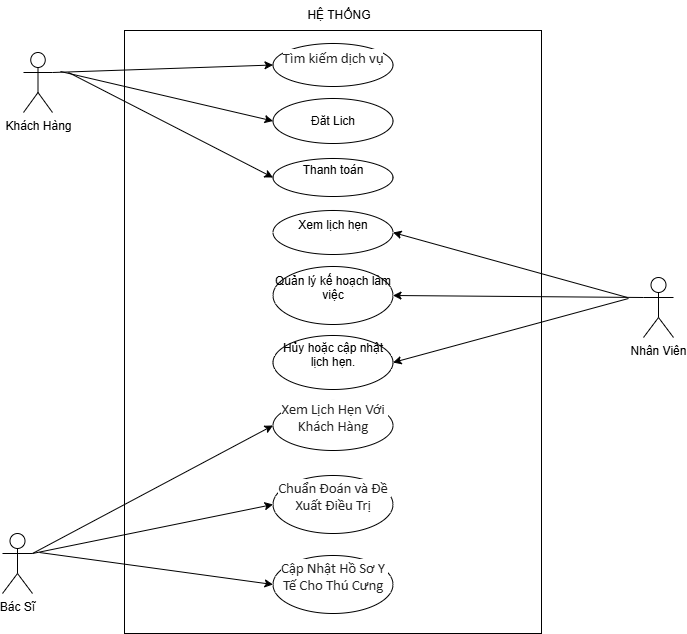
This is sheet8.drawio.png from Junglou/-n, a draw.io export, as it was before one commit. Source tidied: cells renumbered, new cells last; positions are measured from the earlier drawing's top-left corner, leaving out a move shared by most shapes.
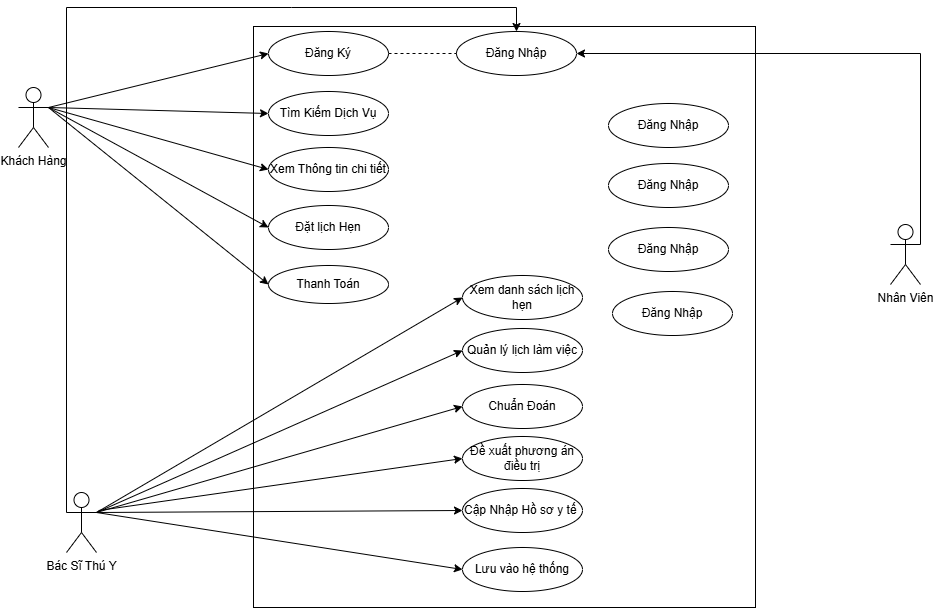
After the commit.

The edit, as a diff of the source:
```diff
@@ -2,84 +2,119 @@
   <root>
     <mxCell id="0" />
     <mxCell id="1" parent="0" />
-    <mxCell id="2" style="rounded=0;whiteSpace=wrap;html=1;" parent="1" vertex="1">
-      <mxGeometry x="122" y="30" width="417" height="603" as="geometry" />
-    </mxCell>
+    <mxCell id="25" style="rounded=0;whiteSpace=wrap;html=1;" parent="1" vertex="1">
+      <mxGeometry x="33" y="302" width="502" height="581" as="geometry" />
+    </mxCell>
     <mxCell id="3" value="Khách Hàng" style="shape=umlActor;verticalLabelPosition=bottom;verticalAlign=top;html=1;outlineConnect=0;" parent="1" vertex="1">
-      <mxGeometry x="21" y="52" width="29" height="60" as="geometry" />
+      <mxGeometry x="-202" y="363" width="30" height="60" as="geometry" />
     </mxCell>
     <mxCell id="4" value="Nhân Viên" style="shape=umlActor;verticalLabelPosition=bottom;verticalAlign=top;html=1;outlineConnect=0;" parent="1" vertex="1">
-      <mxGeometry x="641" y="277" width="30" height="60" as="geometry" />
+      <mxGeometry x="670" y="500" width="30" height="60" as="geometry" />
     </mxCell>
-    <mxCell id="5" value="Bác Sĩ" style="shape=umlActor;verticalLabelPosition=bottom;verticalAlign=top;html=1;outlineConnect=0;" parent="1" vertex="1">
-      <mxGeometry y="533" width="30" height="60" as="geometry" />
-    </mxCell>
-    <mxCell id="6" value="&#10;&lt;span style=&quot;color: rgb(36, 36, 36); font-family: &amp;quot;Aptos Narrow&amp;quot;, Calibri, &amp;quot;sans-serif&amp;quot;, &amp;quot;Mongolian Baiti&amp;quot;, &amp;quot;Microsoft Yi Baiti&amp;quot;, &amp;quot;Javanese Text&amp;quot;, &amp;quot;Yu Gothic&amp;quot;; font-size: 14.6667px; font-style: normal; font-variant-ligatures: normal; font-variant-caps: normal; font-weight: 400; letter-spacing: normal; orphans: 2; text-align: left; text-indent: 0px; text-transform: none; widows: 2; word-spacing: 0px; -webkit-text-stroke-width: 0px; white-space: pre-wrap; background-color: rgb(255, 255, 255); text-decoration-thickness: initial; text-decoration-style: initial; text-decoration-color: initial; display: inline !important; float: none;&quot;&gt;Tìm kiếm dịch vụ&lt;/span&gt;&#10;&#10;" style="ellipse;whiteSpace=wrap;html=1;" parent="1" vertex="1">
-      <mxGeometry x="270.5" y="43" width="120" height="43" as="geometry" />
-    </mxCell>
-    <mxCell id="7" value="Đăt Lich" style="ellipse;whiteSpace=wrap;html=1;" parent="1" vertex="1">
-      <mxGeometry x="270.5" y="98" width="120" height="45" as="geometry" />
-    </mxCell>
-    <mxCell id="8" value="&#10;Thanh toán&#10;&#10;" style="ellipse;whiteSpace=wrap;html=1;" parent="1" vertex="1">
-      <mxGeometry x="270.5" y="158" width="120" height="38" as="geometry" />
-    </mxCell>
-    <mxCell id="9" value="&#10;Xem lịch hẹn&#10;&#10;" style="ellipse;whiteSpace=wrap;html=1;" parent="1" vertex="1">
-      <mxGeometry x="270.5" y="210" width="120" height="44" as="geometry" />
-    </mxCell>
-    <mxCell id="10" value="&#10;Quản lý kế hoạch làm việc&#10;&#10;" style="ellipse;whiteSpace=wrap;html=1;" parent="1" vertex="1">
-      <mxGeometry x="270.5" y="266" width="120" height="58" as="geometry" />
-    </mxCell>
-    <mxCell id="11" value="&#10;Hủy hoặc cập nhật lịch hẹn.&#10;&#10;" style="ellipse;whiteSpace=wrap;html=1;" parent="1" vertex="1">
-      <mxGeometry x="270.5" y="335" width="120" height="54" as="geometry" />
-    </mxCell>
-    <mxCell id="12" value="&#10;&lt;span style=&quot;color: rgb(36, 36, 36); font-family: &amp;quot;Aptos Narrow&amp;quot;, Calibri, &amp;quot;sans-serif&amp;quot;, &amp;quot;Mongolian Baiti&amp;quot;, &amp;quot;Microsoft Yi Baiti&amp;quot;, &amp;quot;Javanese Text&amp;quot;, &amp;quot;Yu Gothic&amp;quot;; font-size: 14.6667px; font-style: normal; font-variant-ligatures: normal; font-variant-caps: normal; font-weight: 400; letter-spacing: normal; orphans: 2; text-align: left; text-indent: 0px; text-transform: none; widows: 2; word-spacing: 0px; -webkit-text-stroke-width: 0px; white-space: pre-wrap; background-color: rgb(255, 255, 255); text-decoration-thickness: initial; text-decoration-style: initial; text-decoration-color: initial; display: inline !important; float: none;&quot;&gt;Xem Lịch Hẹn Với Khách Hàng&lt;/span&gt;&#10;&#10;" style="ellipse;whiteSpace=wrap;html=1;" parent="1" vertex="1">
-      <mxGeometry x="270.5" y="400" width="120" height="50" as="geometry" />
-    </mxCell>
-    <mxCell id="13" value="&#10;&lt;span style=&quot;color: rgb(36, 36, 36); font-family: &amp;quot;Aptos Narrow&amp;quot;, Calibri, &amp;quot;sans-serif&amp;quot;, &amp;quot;Mongolian Baiti&amp;quot;, &amp;quot;Microsoft Yi Baiti&amp;quot;, &amp;quot;Javanese Text&amp;quot;, &amp;quot;Yu Gothic&amp;quot;; font-size: 14.6667px; font-style: normal; font-variant-ligatures: normal; font-variant-caps: normal; font-weight: 400; letter-spacing: normal; orphans: 2; text-align: left; text-indent: 0px; text-transform: none; widows: 2; word-spacing: 0px; -webkit-text-stroke-width: 0px; white-space: pre-wrap; background-color: rgb(255, 255, 255); text-decoration-thickness: initial; text-decoration-style: initial; text-decoration-color: initial; display: inline !important; float: none;&quot;&gt;Chuẩn Đoán và Đề Xuất Điều Trị&lt;/span&gt;&#10;&#10;" style="ellipse;whiteSpace=wrap;html=1;" parent="1" vertex="1">
-      <mxGeometry x="270.5" y="475" width="120" height="58" as="geometry" />
-    </mxCell>
-    <mxCell id="14" value="&#10;&lt;span style=&quot;color: rgb(36, 36, 36); font-family: &amp;quot;Aptos Narrow&amp;quot;, Calibri, &amp;quot;sans-serif&amp;quot;, &amp;quot;Mongolian Baiti&amp;quot;, &amp;quot;Microsoft Yi Baiti&amp;quot;, &amp;quot;Javanese Text&amp;quot;, &amp;quot;Yu Gothic&amp;quot;; font-size: 14.6667px; font-style: normal; font-variant-ligatures: normal; font-variant-caps: normal; font-weight: 400; letter-spacing: normal; orphans: 2; text-align: left; text-indent: 0px; text-transform: none; widows: 2; word-spacing: 0px; -webkit-text-stroke-width: 0px; white-space: pre-wrap; background-color: rgb(255, 255, 255); text-decoration-thickness: initial; text-decoration-style: initial; text-decoration-color: initial; display: inline !important; float: none;&quot;&gt;Cập Nhật Hồ Sơ Y Tế Cho Thú Cưng&lt;/span&gt;&#10;&#10;" style="ellipse;whiteSpace=wrap;html=1;" parent="1" vertex="1">
-      <mxGeometry x="270.5" y="555" width="120" height="58" as="geometry" />
-    </mxCell>
-    <mxCell id="15" style="endArrow=classic;html=1;rounded=0;exitX=1;exitY=0.3333333333333333;exitDx=0;exitDy=0;exitPerimeter=0;entryX=0;entryY=0.5;entryDx=0;entryDy=0;" parent="1" edge="1" source="3" target="6">
-      <mxGeometry relative="1" as="geometry" />
-    </mxCell>
-    <mxCell id="16" style="endArrow=classic;html=1;rounded=0;entryX=0;entryY=0.5;entryDx=0;entryDy=0;" parent="1" edge="1" target="7">
-      <mxGeometry relative="1" as="geometry">
-        <mxPoint x="58" y="71" as="sourcePoint" />
-      </mxGeometry>
-    </mxCell>
-    <mxCell id="17" style="endArrow=classic;html=1;rounded=0;entryX=0;entryY=0.5;entryDx=0;entryDy=0;" parent="1" edge="1" target="8">
-      <mxGeometry relative="1" as="geometry">
-        <mxPoint x="66" y="72" as="sourcePoint" />
-      </mxGeometry>
-    </mxCell>
-    <mxCell id="18" style="endArrow=classic;html=1;rounded=0;entryX=1;entryY=0.5;entryDx=0;entryDy=0;" parent="1" edge="1" target="9">
-      <mxGeometry relative="1" as="geometry">
-        <mxPoint x="625" y="297" as="sourcePoint" />
-      </mxGeometry>
-    </mxCell>
-    <mxCell id="19" style="endArrow=classic;html=1;rounded=0;exitX=0;exitY=0.3333333333333333;exitDx=0;exitDy=0;exitPerimeter=0;entryX=1;entryY=0.5;entryDx=0;entryDy=0;" parent="1" edge="1" source="4" target="10">
-      <mxGeometry relative="1" as="geometry" />
-    </mxCell>
-    <mxCell id="20" style="endArrow=classic;html=1;rounded=0;entryX=1;entryY=0.5;entryDx=0;entryDy=0;" parent="1" edge="1" target="11">
-      <mxGeometry relative="1" as="geometry">
-        <mxPoint x="626" y="298" as="sourcePoint" />
-      </mxGeometry>
-    </mxCell>
-    <mxCell id="21" style="endArrow=classic;html=1;rounded=0;exitX=1;exitY=0.3333333333333333;exitDx=0;exitDy=0;exitPerimeter=0;entryX=0;entryY=0.5;entryDx=0;entryDy=0;" parent="1" edge="1" source="5" target="12">
-      <mxGeometry relative="1" as="geometry" />
-    </mxCell>
-    <mxCell id="22" style="endArrow=classic;html=1;rounded=0;exitX=1;exitY=0.3333333333333333;exitDx=0;exitDy=0;exitPerimeter=0;entryX=0;entryY=0.5;entryDx=0;entryDy=0;" parent="1" edge="1" source="5" target="13">
-      <mxGeometry relative="1" as="geometry" />
-    </mxCell>
-    <mxCell id="23" style="endArrow=classic;html=1;rounded=0;entryX=0;entryY=0.5;entryDx=0;entryDy=0;" parent="1" edge="1" target="14">
-      <mxGeometry relative="1" as="geometry">
-        <mxPoint x="37" y="552" as="sourcePoint" />
-      </mxGeometry>
-    </mxCell>
-    <mxCell id="24" value="HỆ THỐNG" style="text;html=1;align=center;verticalAlign=middle;whiteSpace=wrap;rounded=0;" parent="1" vertex="1">
-      <mxGeometry x="289" width="96" height="30" as="geometry" />
-    </mxCell>
+    <mxCell id="26" value="Bác Sĩ Thú Y" style="shape=umlActor;verticalLabelPosition=bottom;verticalAlign=top;html=1;outlineConnect=0;" parent="1" vertex="1">
+      <mxGeometry x="-154" y="768" width="30" height="60" as="geometry" />
+    </mxCell>
+    <mxCell id="27" value="Đăng Nhập" style="ellipse;whiteSpace=wrap;html=1;" parent="1" vertex="1">
+      <mxGeometry x="236" y="307" width="120" height="44" as="geometry" />
+    </mxCell>
+    <mxCell id="28" value="Đăng Ký" style="ellipse;whiteSpace=wrap;html=1;" parent="1" vertex="1">
+      <mxGeometry x="48" y="307" width="120" height="44" as="geometry" />
+    </mxCell>
+    <mxCell id="29" value="Tìm Kiếm Dịch Vụ&lt;span style=&quot;color: rgba(0, 0, 0, 0); font-family: monospace; font-size: 0px; text-align: start; text-wrap-mode: nowrap;&quot;&gt;%3CmxGraphModel%3E%3Croot%3E%3CmxCell%20id%3D%220%22%2F%3E%3CmxCell%20id%3D%221%22%20parent%3D%220%22%2F%3E%3CmxCell%20id%3D%222%22%20value%3D%22%C4%90%C4%83ng%20Nh%E1%BA%ADp%22%20style%3D%22ellipse%3BwhiteSpace%3Dwrap%3Bhtml%3D1%3B%22%20vertex%3D%221%22%20parent%3D%221%22%3E%3CmxGeometry%20x%3D%22489%22%20y%3D%22-584%22%20width%3D%22120%22%20height%3D%2244%22%20as%3D%22geometry%22%2F%3E%3C%2FmxCell%3E%3C%2Froot%3E%3C%2FmxGraphModel%3E&lt;/span&gt;" style="ellipse;whiteSpace=wrap;html=1;" parent="1" vertex="1">
+      <mxGeometry x="48" y="367" width="120" height="44" as="geometry" />
+    </mxCell>
+    <mxCell id="30" value="Xem Thông tin chi tiết" style="ellipse;whiteSpace=wrap;html=1;" parent="1" vertex="1">
+      <mxGeometry x="48" y="423" width="120" height="44" as="geometry" />
+    </mxCell>
+    <mxCell id="31" value="Đặt lịch Hẹn" style="ellipse;whiteSpace=wrap;html=1;" parent="1" vertex="1">
+      <mxGeometry x="48" y="481" width="120" height="44" as="geometry" />
+    </mxCell>
+    <mxCell id="32" value="Xem danh sách lịch hẹn" style="ellipse;whiteSpace=wrap;html=1;" parent="1" vertex="1">
+      <mxGeometry x="242" y="551" width="120" height="44" as="geometry" />
+    </mxCell>
+    <mxCell id="33" value="Quản lý lịch làm việc" style="ellipse;whiteSpace=wrap;html=1;" parent="1" vertex="1">
+      <mxGeometry x="242" y="604" width="120" height="44" as="geometry" />
+    </mxCell>
+    <mxCell id="34" value="Chuẩn Đoán" style="ellipse;whiteSpace=wrap;html=1;" parent="1" vertex="1">
+      <mxGeometry x="242" y="660" width="120" height="44" as="geometry" />
+    </mxCell>
+    <mxCell id="35" value="Cập Nhập Hồ sơ y tế&amp;nbsp;" style="ellipse;whiteSpace=wrap;html=1;" parent="1" vertex="1">
+      <mxGeometry x="242" y="764" width="120" height="44" as="geometry" />
+    </mxCell>
+    <mxCell id="36" value="Đề xuất phương án điều trị" style="ellipse;whiteSpace=wrap;html=1;" parent="1" vertex="1">
+      <mxGeometry x="242" y="712" width="120" height="44" as="geometry" />
+    </mxCell>
+    <mxCell id="37" value="Thanh Toán" style="ellipse;whiteSpace=wrap;html=1;" parent="1" vertex="1">
+      <mxGeometry x="48" y="541" width="120" height="38" as="geometry" />
+    </mxCell>
+    <mxCell id="38" value="Đăng Nhập" style="ellipse;whiteSpace=wrap;html=1;" parent="1" vertex="1">
+      <mxGeometry x="388" y="379" width="120" height="44" as="geometry" />
+    </mxCell>
+    <mxCell id="39" value="Lưu vào hệ thống" style="ellipse;whiteSpace=wrap;html=1;" parent="1" vertex="1">
+      <mxGeometry x="242" y="823" width="120" height="44" as="geometry" />
+    </mxCell>
+    <mxCell id="40" style="endArrow=classic;html=1;rounded=0;exitX=1;exitY=0.3333333333333333;exitDx=0;exitDy=0;exitPerimeter=0;entryX=0;entryY=0.5;entryDx=0;entryDy=0;" parent="1" edge="1" source="3" target="28">
+      <mxGeometry relative="1" as="geometry" />
+    </mxCell>
+    <mxCell id="41" style="endArrow=classic;html=1;rounded=0;exitX=1;exitY=0.3333333333333333;exitDx=0;exitDy=0;exitPerimeter=0;entryX=0;entryY=0.5;entryDx=0;entryDy=0;" parent="1" edge="1" source="3" target="29">
+      <mxGeometry relative="1" as="geometry" />
+    </mxCell>
+    <mxCell id="42" style="endArrow=classic;html=1;rounded=0;exitX=1;exitY=0.3333333333333333;exitDx=0;exitDy=0;exitPerimeter=0;entryX=0;entryY=0.5;entryDx=0;entryDy=0;" parent="1" edge="1" source="3" target="30">
+      <mxGeometry relative="1" as="geometry" />
+    </mxCell>
+    <mxCell id="43" style="endArrow=classic;html=1;rounded=0;exitX=1;exitY=0.3333333333333333;exitDx=0;exitDy=0;exitPerimeter=0;entryX=0;entryY=0.5;entryDx=0;entryDy=0;" parent="1" edge="1" source="3" target="31">
+      <mxGeometry relative="1" as="geometry" />
+    </mxCell>
+    <mxCell id="44" style="endArrow=classic;html=1;rounded=0;exitX=1;exitY=0.3333333333333333;exitDx=0;exitDy=0;exitPerimeter=0;entryX=0;entryY=0.5;entryDx=0;entryDy=0;" parent="1" edge="1" source="3" target="37">
+      <mxGeometry relative="1" as="geometry" />
+    </mxCell>
+    <mxCell id="45" style="endArrow=none;dashed=1;html=1;rounded=0;exitX=1;exitY=0.5;exitDx=0;exitDy=0;entryX=0;entryY=0.5;entryDx=0;entryDy=0;" parent="1" edge="1" source="28" target="27">
+      <mxGeometry relative="1" as="geometry" />
+    </mxCell>
+    <mxCell id="46" value="Đăng Nhập" style="ellipse;whiteSpace=wrap;html=1;" parent="1" vertex="1">
+      <mxGeometry x="388" y="439" width="120" height="44" as="geometry" />
+    </mxCell>
+    <mxCell id="47" value="Đăng Nhập" style="ellipse;whiteSpace=wrap;html=1;" parent="1" vertex="1">
+      <mxGeometry x="388" y="503" width="120" height="44" as="geometry" />
+    </mxCell>
+    <mxCell id="48" value="Đăng Nhập" style="ellipse;whiteSpace=wrap;html=1;" parent="1" vertex="1">
+      <mxGeometry x="392" y="567" width="120" height="44" as="geometry" />
+    </mxCell>
+    <mxCell id="49" style="endArrow=classic;html=1;rounded=0;exitX=1;exitY=0.3333333333333333;exitDx=0;exitDy=0;exitPerimeter=0;entryX=0;entryY=0.5;entryDx=0;entryDy=0;" parent="1" edge="1" source="26" target="32">
+      <mxGeometry relative="1" as="geometry" />
+    </mxCell>
+    <mxCell id="50" style="endArrow=classic;html=1;rounded=0;exitX=1;exitY=0.3333333333333333;exitDx=0;exitDy=0;exitPerimeter=0;entryX=0;entryY=0.5;entryDx=0;entryDy=0;" parent="1" edge="1" source="26" target="33">
+      <mxGeometry relative="1" as="geometry" />
+    </mxCell>
+    <mxCell id="51" style="endArrow=classic;html=1;rounded=0;exitX=1;exitY=0.3333333333333333;exitDx=0;exitDy=0;exitPerimeter=0;entryX=0;entryY=0.5;entryDx=0;entryDy=0;" parent="1" edge="1" source="26" target="34">
+      <mxGeometry relative="1" as="geometry" />
+    </mxCell>
+    <mxCell id="52" style="endArrow=classic;html=1;rounded=0;entryX=0;entryY=0.5;entryDx=0;entryDy=0;" parent="1" edge="1" target="36">
+      <mxGeometry relative="1" as="geometry">
+        <mxPoint x="-122" y="786" as="sourcePoint" />
+      </mxGeometry>
+    </mxCell>
+    <mxCell id="53" style="endArrow=classic;html=1;rounded=0;exitX=1;exitY=0.3333333333333333;exitDx=0;exitDy=0;exitPerimeter=0;entryX=0;entryY=0.5;entryDx=0;entryDy=0;" parent="1" edge="1" source="26" target="35">
+      <mxGeometry relative="1" as="geometry" />
+    </mxCell>
+    <mxCell id="54" style="endArrow=classic;html=1;rounded=0;exitX=1;exitY=0.3333333333333333;exitDx=0;exitDy=0;exitPerimeter=0;entryX=0;entryY=0.5;entryDx=0;entryDy=0;" parent="1" edge="1" source="26" target="39">
+      <mxGeometry relative="1" as="geometry" />
+    </mxCell>
+    <mxCell id="55" style="endArrow=classic;html=1;rounded=0;exitX=0;exitY=0.3333333333333333;exitDx=0;exitDy=0;exitPerimeter=0;entryX=0.5;entryY=0;entryDx=0;entryDy=0;" parent="1" edge="1" source="26" target="27">
+      <mxGeometry relative="1" as="geometry">
+        <Array as="points">
+          <mxPoint x="-154" y="283" />
+          <mxPoint x="71" y="283" />
+          <mxPoint x="296" y="283" />
+        </Array>
+      </mxGeometry>
+    </mxCell>
+    <mxCell id="56" style="endArrow=classic;html=1;rounded=0;entryX=1;entryY=0.5;entryDx=0;entryDy=0;exitX=1;exitY=0.3333333333333333;exitDx=0;exitDy=0;exitPerimeter=0;" parent="1" edge="1" source="4" target="27">
+      <mxGeometry relative="1" as="geometry">
+        <Array as="points">
+          <mxPoint x="700" y="329" />
+        </Array>
+      </mxGeometry>
+    </mxCell>
   </root>
 </mxGraphModel>
```
